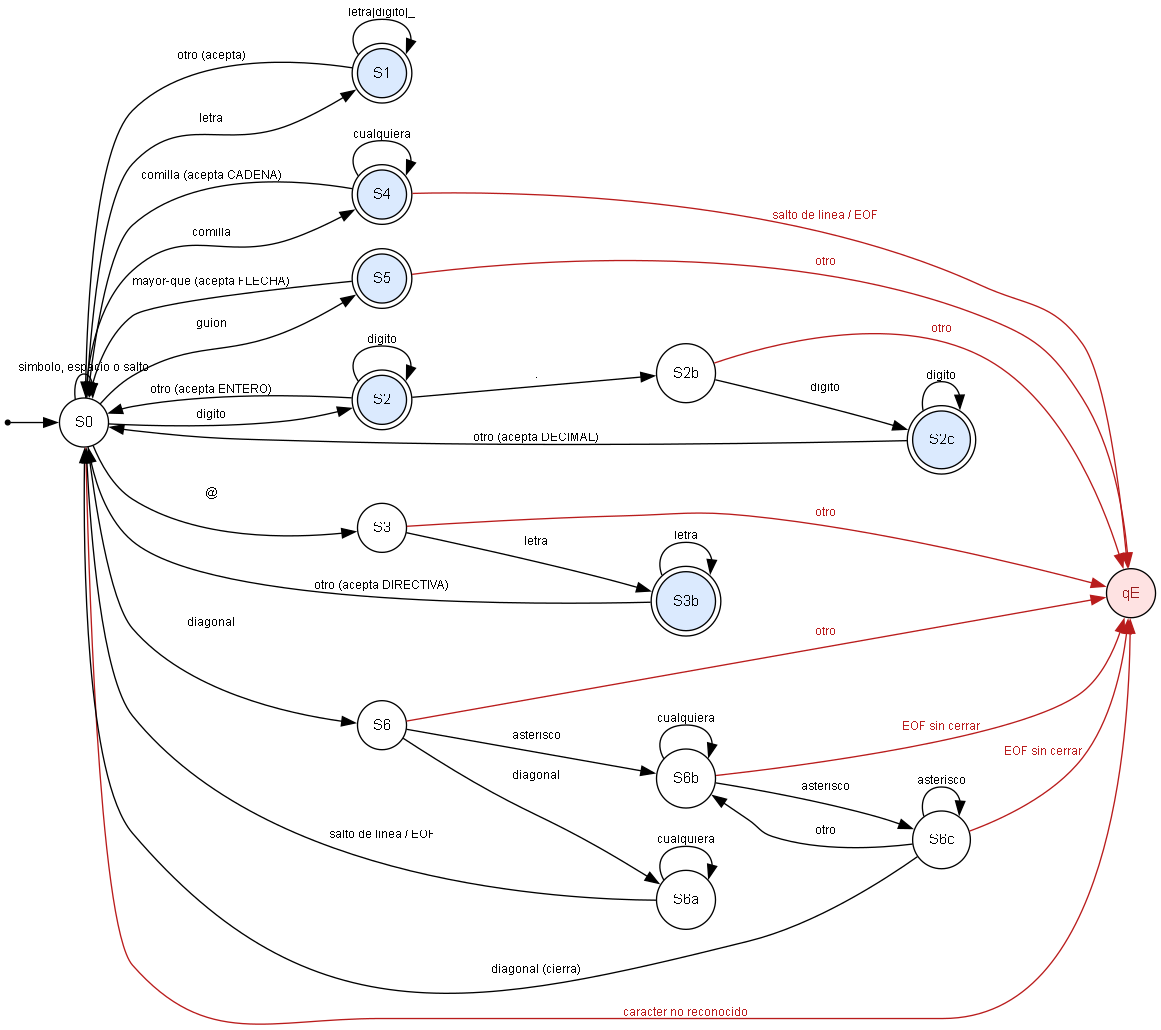
Earlier version of the Graphviz export afd_promptzal.png (CarlosGots/PromtZal-AFD). Its source is kept beside it as afd_promptzal.dot.
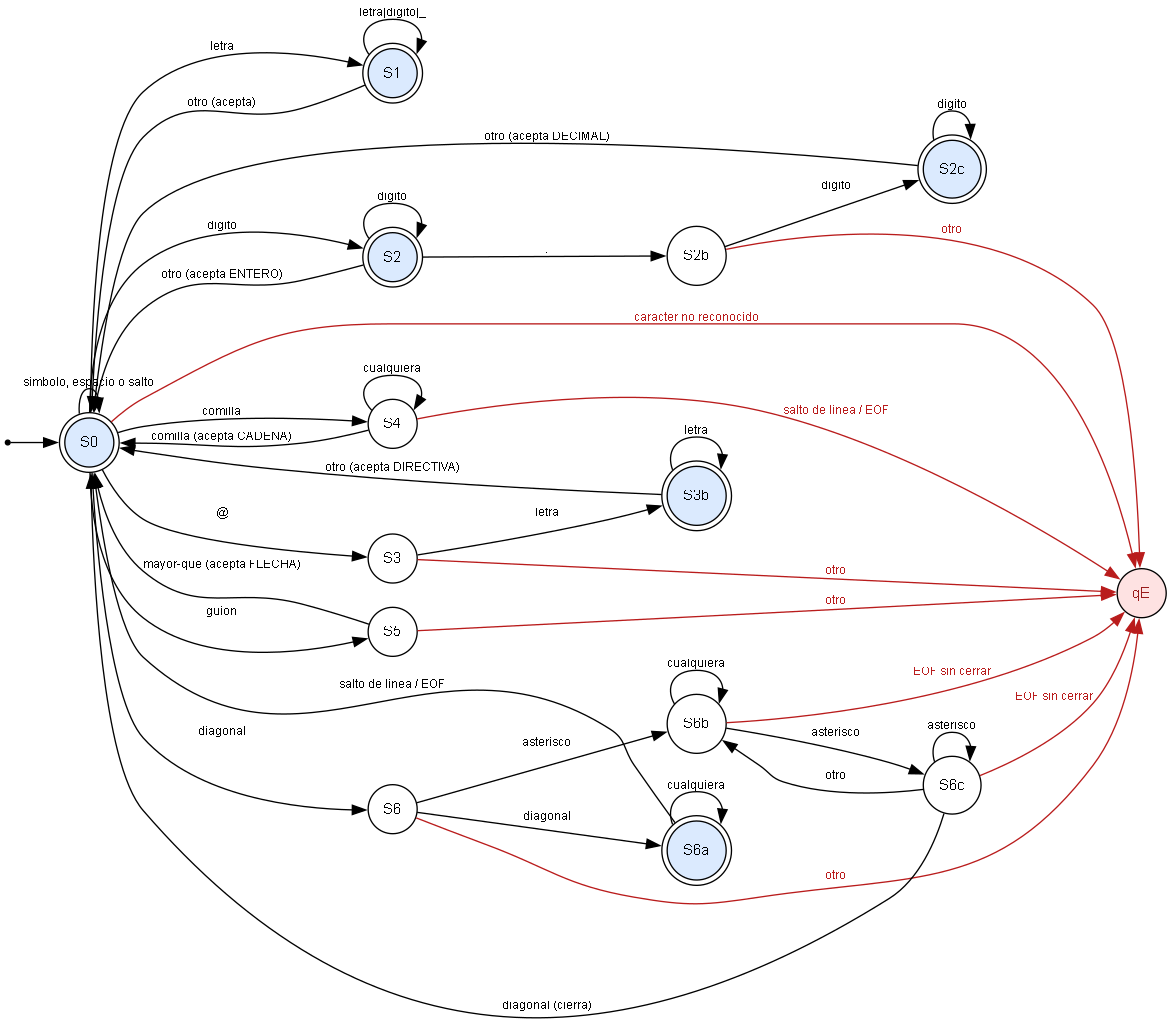
The same file after the commit.

Diff of the diagram source:
```diff
@@ -6,17 +6,17 @@
   inicio [shape=point];
   inicio -> S0;
 
+  S0 [shape=doublecircle, style=filled, fillcolor="#DBEAFE"];
   S1 [shape=doublecircle, style=filled, fillcolor="#DBEAFE"];
   S2 [shape=doublecircle, style=filled, fillcolor="#DBEAFE"];
   S2c [shape=doublecircle, style=filled, fillcolor="#DBEAFE"];
   S3b [shape=doublecircle, style=filled, fillcolor="#DBEAFE"];
-  S4 [shape=doublecircle, style=filled, fillcolor="#DBEAFE"];
-  S5 [shape=doublecircle, style=filled, fillcolor="#DBEAFE"];
-  S0 [shape=circle];
+  S6a [shape=doublecircle, style=filled, fillcolor="#DBEAFE"];
   S2b [shape=circle];
   S3 [shape=circle];
+  S4 [shape=circle];
+  S5 [shape=circle];
   S6 [shape=circle];
-  S6a [shape=circle];
   S6b [shape=circle];
   S6c [shape=circle];
   qE [shape=circle, style=filled, fillcolor="#FEE2E2", fontcolor="#991B1B"];
```
